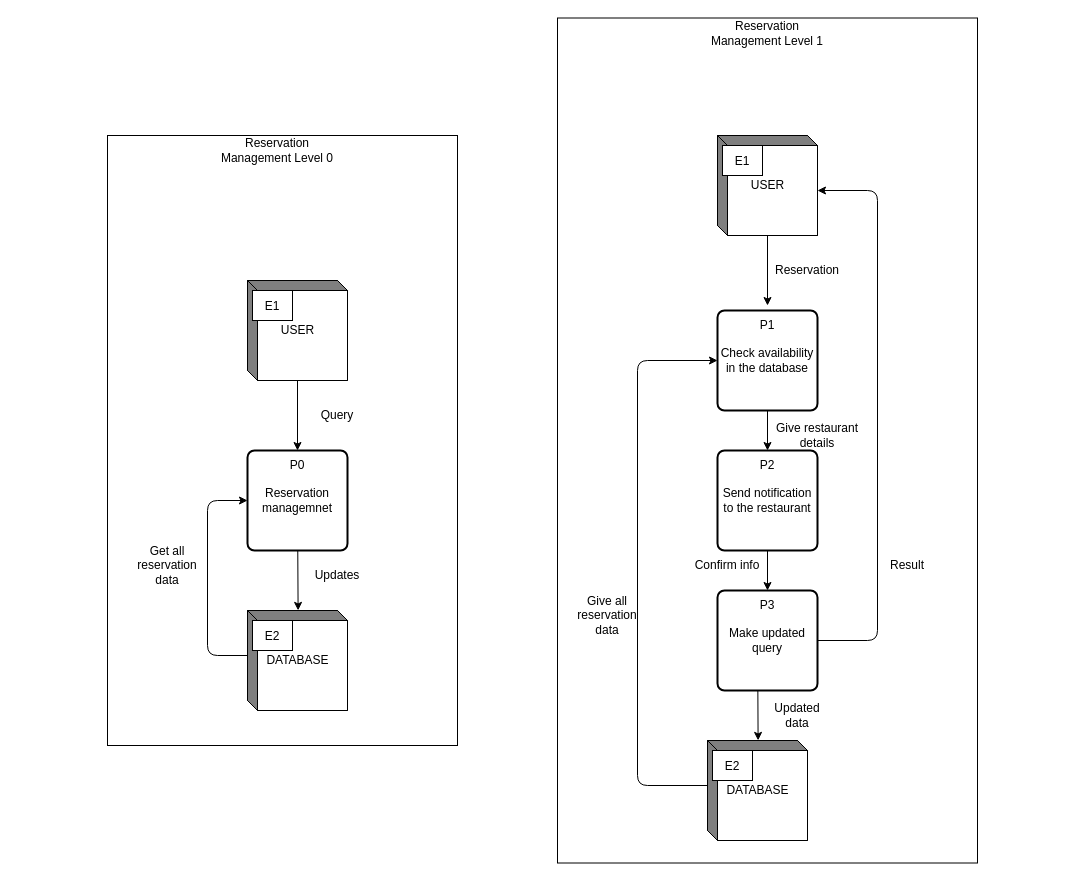
This is data-flow.drawio from AriesJ12/Full-fledge-website-first-, a draw.io file, before an edit. Source tidied: cells renumbered, new cells numbered last; positions are measured from the earlier drawing's top-left corner, leaving out a move shared by most shapes. Both pictures are drawn from the tidied source at 100%, with x=0, y=0 at pixel (107, 18).
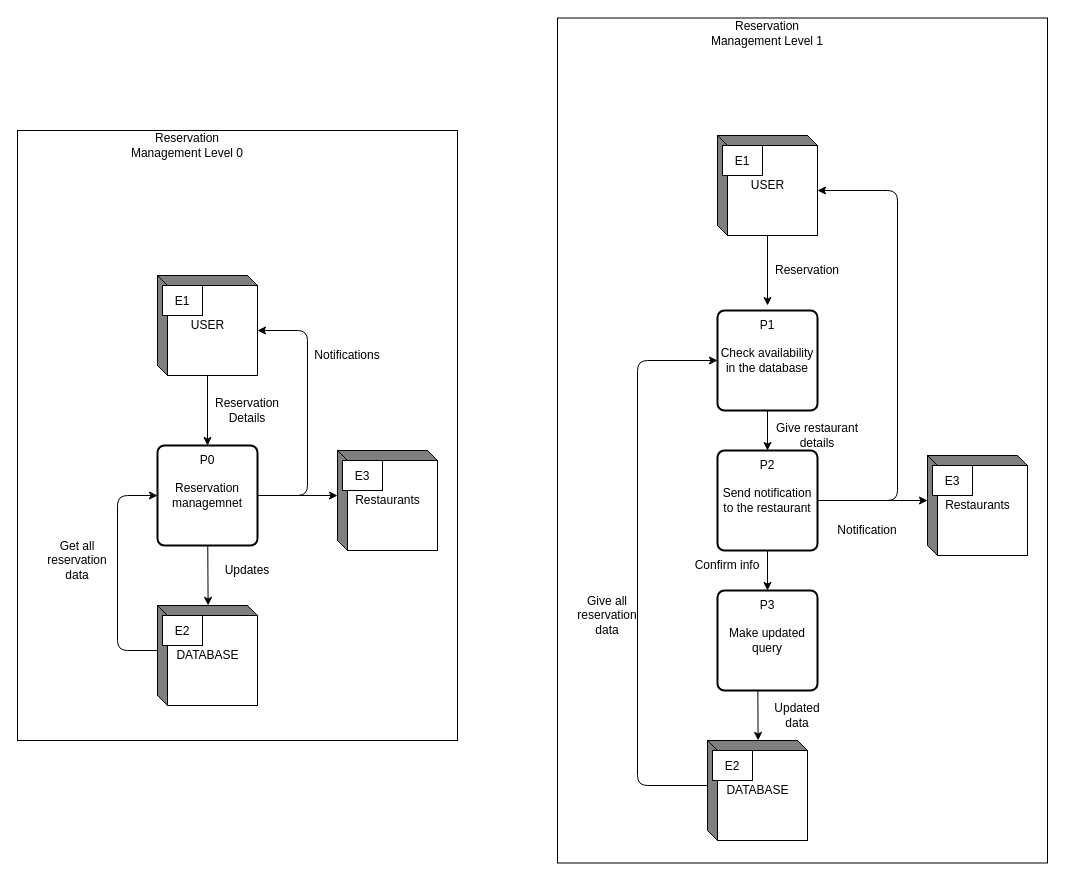
The same page after the edit.

The change refers to these unchanged cells:
```xml
<mxCell id="17" value="USER" style="html=1;dashed=0;whitespace=wrap;shape=mxgraph.dfd.externalEntity;" parent="1" vertex="1">
  <mxGeometry x="610" y="117" width="100" height="100" as="geometry" />
</mxCell>
<mxCell id="30" value="Send notification to the restaurant" style="rounded=1;whiteSpace=wrap;html=1;absoluteArcSize=1;arcSize=14;strokeWidth=2;" parent="1" vertex="1">
  <mxGeometry x="610" y="432" width="100" height="100" as="geometry" />
</mxCell>
<mxCell id="33" value="Make updated query" style="rounded=1;whiteSpace=wrap;html=1;absoluteArcSize=1;arcSize=14;strokeWidth=2;" parent="1" vertex="1">
  <mxGeometry x="610" y="572" width="100" height="100" as="geometry" />
</mxCell>
```

The edit, as a diff of the source:
```diff
@@
     <mxCell id="2" style="rounded=0;whiteSpace=wrap;html=1;" parent="1" vertex="1">
-      <mxGeometry x="450" y="-0.5" width="420" height="845" as="geometry" />
+      <mxGeometry x="450" y="-0.5" width="490" height="845" as="geometry" />
     </mxCell>
     <mxCell id="3" style="rounded=0;whiteSpace=wrap;html=1;" parent="1" vertex="1">
-      <mxGeometry y="117" width="350" height="610" as="geometry" />
+      <mxGeometry x="-90" y="112" width="440" height="610" as="geometry" />
     </mxCell>
@@
     <mxCell id="5" value="USER" style="html=1;dashed=0;whitespace=wrap;shape=mxgraph.dfd.externalEntity;" parent="1" vertex="1">
-      <mxGeometry x="140" y="262" width="100" height="100" as="geometry" />
+      <mxGeometry x="50" y="257" width="100" height="100" as="geometry" />
     </mxCell>
@@
     <mxCell id="7" style="edgeStyle=none;html=1;exitX=0;exitY=0;exitDx=0;exitDy=45;exitPerimeter=0;entryX=0;entryY=0.5;entryDx=0;entryDy=0;" parent="1" edge="1" source="8" target="11">
       <mxGeometry relative="1" as="geometry">
         <Array as="points">
-          <mxPoint x="100" y="637" />
-          <mxPoint x="100" y="482" />
+          <mxPoint x="10" y="632" />
+          <mxPoint x="10" y="477" />
         </Array>
       </mxGeometry>
     </mxCell>
     <mxCell id="8" value="DATABASE" style="html=1;dashed=0;whitespace=wrap;shape=mxgraph.dfd.externalEntity;" parent="1" vertex="1">
-      <mxGeometry x="140" y="592" width="100" height="100" as="geometry" />
+      <mxGeometry x="50" y="587" width="100" height="100" as="geometry" />
     </mxCell>
@@
+    <mxCell id="40" style="edgeStyle=none;html=1;exitX=1;exitY=0.5;exitDx=0;exitDy=0;entryX=0;entryY=0;entryDx=0;entryDy=45;entryPerimeter=0;" parent="1" edge="1" source="11" target="44">
+      <mxGeometry relative="1" as="geometry" />
+    </mxCell>
+    <mxCell id="41" style="edgeStyle=none;html=1;exitX=1;exitY=0.5;exitDx=0;exitDy=0;entryX=0;entryY=0;entryDx=100;entryDy=55;entryPerimeter=0;" parent="1" edge="1" source="11" target="5">
+      <mxGeometry relative="1" as="geometry">
+        <Array as="points">
+          <mxPoint x="200" y="477" />
+          <mxPoint x="200" y="312" />
+        </Array>
+      </mxGeometry>
+    </mxCell>
     <mxCell id="11" value="Reservation managemnet" style="rounded=1;whiteSpace=wrap;html=1;absoluteArcSize=1;arcSize=14;strokeWidth=2;" parent="1" vertex="1">
-      <mxGeometry x="140" y="432" width="100" height="100" as="geometry" />
+      <mxGeometry x="50" y="427" width="100" height="100" as="geometry" />
     </mxCell>
     <mxCell id="12" value="P0" style="text;html=1;strokeColor=none;fillColor=none;align=center;verticalAlign=middle;whiteSpace=wrap;rounded=0;" parent="1" vertex="1">
-      <mxGeometry x="160" y="432" width="60" height="30" as="geometry" />
+      <mxGeometry x="70" y="427" width="60" height="30" as="geometry" />
     </mxCell>
-    <mxCell id="13" value="Query" style="text;html=1;strokeColor=none;fillColor=none;align=center;verticalAlign=middle;whiteSpace=wrap;rounded=0;" parent="1" vertex="1">
-      <mxGeometry x="200" y="382" width="60" height="30" as="geometry" />
+    <mxCell id="13" value="Reservation Details" style="text;html=1;strokeColor=none;fillColor=none;align=center;verticalAlign=middle;whiteSpace=wrap;rounded=0;" parent="1" vertex="1">
+      <mxGeometry x="110" y="377" width="60" height="30" as="geometry" />
     </mxCell>
     <mxCell id="14" value="Updates" style="text;html=1;strokeColor=none;fillColor=none;align=center;verticalAlign=middle;whiteSpace=wrap;rounded=0;" parent="1" vertex="1">
-      <mxGeometry x="200" y="542" width="60" height="30" as="geometry" />
+      <mxGeometry x="110" y="537" width="60" height="30" as="geometry" />
     </mxCell>
     <mxCell id="15" value="Get all reservation data" style="text;html=1;strokeColor=none;fillColor=none;align=center;verticalAlign=middle;whiteSpace=wrap;rounded=0;" parent="1" vertex="1">
-      <mxGeometry x="30" y="532" width="60" height="30" as="geometry" />
+      <mxGeometry x="-60" y="527" width="60" height="30" as="geometry" />
     </mxCell>
@@
+    <mxCell id="42" style="edgeStyle=none;html=1;exitX=1;exitY=0.5;exitDx=0;exitDy=0;entryX=0;entryY=0;entryDx=0;entryDy=45;entryPerimeter=0;" parent="1" edge="1" source="30" target="47">
+      <mxGeometry relative="1" as="geometry" />
+    </mxCell>
+    <mxCell id="43" style="edgeStyle=none;html=1;exitX=1;exitY=0.5;exitDx=0;exitDy=0;entryX=0;entryY=0;entryDx=100;entryDy=55;entryPerimeter=0;" parent="1" edge="1" source="30" target="17">
+      <mxGeometry relative="1" as="geometry">
+        <Array as="points">
+          <mxPoint x="790" y="482" />
+          <mxPoint x="790" y="172" />
+        </Array>
+      </mxGeometry>
+    </mxCell>
@@
-    <mxCell id="32" style="edgeStyle=none;html=1;exitX=1;exitY=0.5;exitDx=0;exitDy=0;entryX=0;entryY=0;entryDx=100;entryDy=55;entryPerimeter=0;" parent="1" edge="1" source="33" target="17">
-      <mxGeometry relative="1" as="geometry">
-        <Array as="points">
-          <mxPoint x="770" y="622" />
-          <mxPoint x="770" y="172" />
-        </Array>
-      </mxGeometry>
-    </mxCell>
@@
-    <mxCell id="35" value="Result" style="text;html=1;strokeColor=none;fillColor=none;align=center;verticalAlign=middle;whiteSpace=wrap;rounded=0;" parent="1" vertex="1">
-      <mxGeometry x="770" y="532" width="60" height="30" as="geometry" />
-    </mxCell>
@@
     <mxCell id="38" value="Reservation Management Level 0" style="text;html=1;strokeColor=none;fillColor=none;align=center;verticalAlign=middle;whiteSpace=wrap;rounded=0;" parent="1" vertex="1">
-      <mxGeometry x="110" y="117" width="120" height="30" as="geometry" />
+      <mxGeometry x="20" y="112" width="120" height="30" as="geometry" />
     </mxCell>
@@
+    <mxCell id="44" value="Restaurants" style="html=1;dashed=0;whitespace=wrap;shape=mxgraph.dfd.externalEntity;" parent="1" vertex="1">
+      <mxGeometry x="230" y="432" width="100" height="100" as="geometry" />
+    </mxCell>
+    <mxCell id="45" value="E3" style="strokeColor=inherit;fillColor=inherit;gradientColor=inherit;" parent="44" vertex="1">
+      <mxGeometry width="40" height="30" relative="1" as="geometry">
+        <mxPoint x="5" y="10" as="offset" />
+      </mxGeometry>
+    </mxCell>
+    <mxCell id="46" value="Notifications" style="text;html=1;strokeColor=none;fillColor=none;align=center;verticalAlign=middle;whiteSpace=wrap;rounded=0;" parent="1" vertex="1">
+      <mxGeometry x="210" y="322" width="60" height="30" as="geometry" />
+    </mxCell>
+    <mxCell id="47" value="Restaurants" style="html=1;dashed=0;whitespace=wrap;shape=mxgraph.dfd.externalEntity;" parent="1" vertex="1">
+      <mxGeometry x="820" y="437" width="100" height="100" as="geometry" />
+    </mxCell>
+    <mxCell id="48" value="E3" style="strokeColor=inherit;fillColor=inherit;gradientColor=inherit;" parent="47" vertex="1">
+      <mxGeometry width="40" height="30" relative="1" as="geometry">
+        <mxPoint x="5" y="10" as="offset" />
+      </mxGeometry>
+    </mxCell>
+    <mxCell id="49" value="Notification" style="text;html=1;strokeColor=none;fillColor=none;align=center;verticalAlign=middle;whiteSpace=wrap;rounded=0;" parent="1" vertex="1">
+      <mxGeometry x="710" y="497" width="100" height="30" as="geometry" />
+    </mxCell>
```
